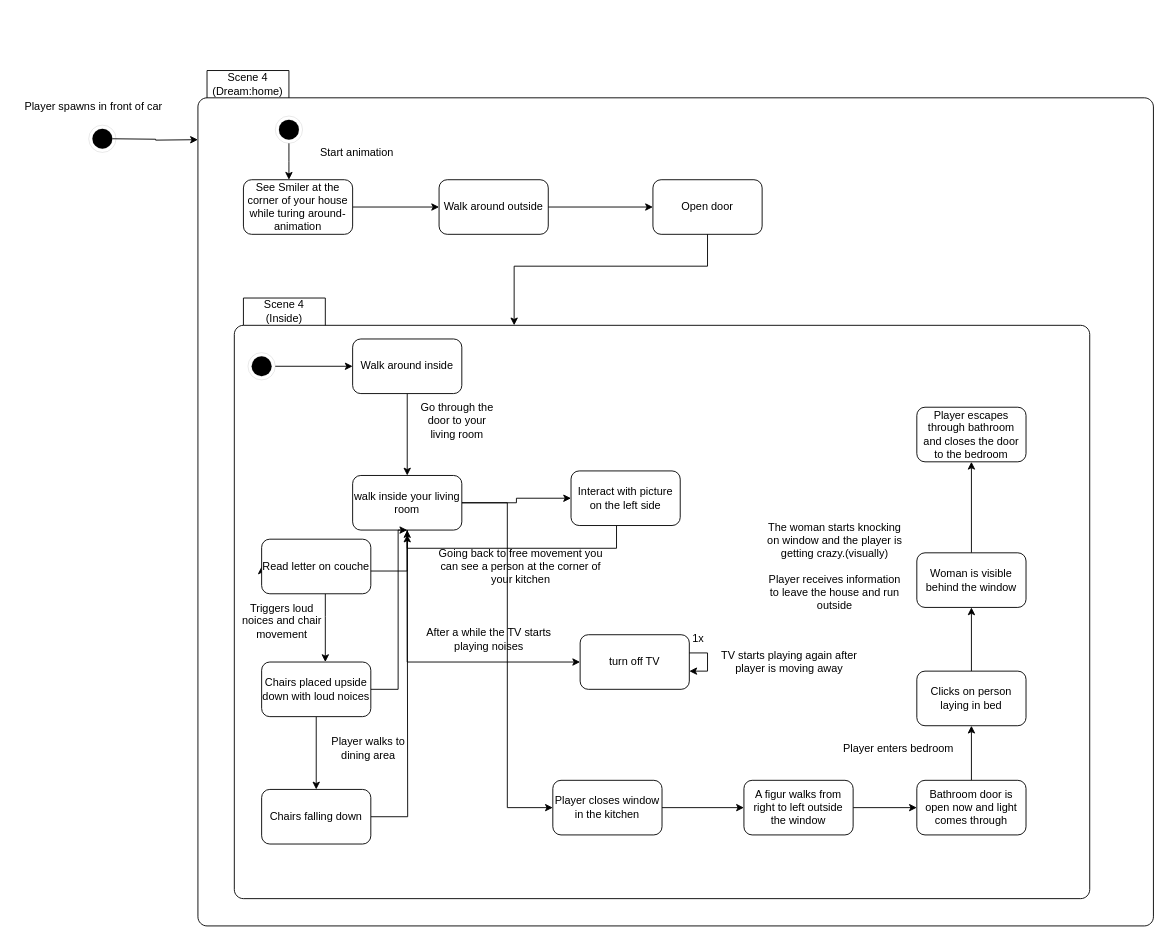
Above: Diagrams/StateMachineDiagrams/StateMachineScene4.drawio in FischkopDev/Game-development-AP-Uni-Heidelberg (draw.io), before the change. Source tidied: cells renumbered, new cells numbered last; positions are measured from the earlier drawing's top-left corner, leaving out a move shared by most shapes. Both pictures are drawn from the tidied source at 91%, with x=0, y=0 at pixel (15, 70).
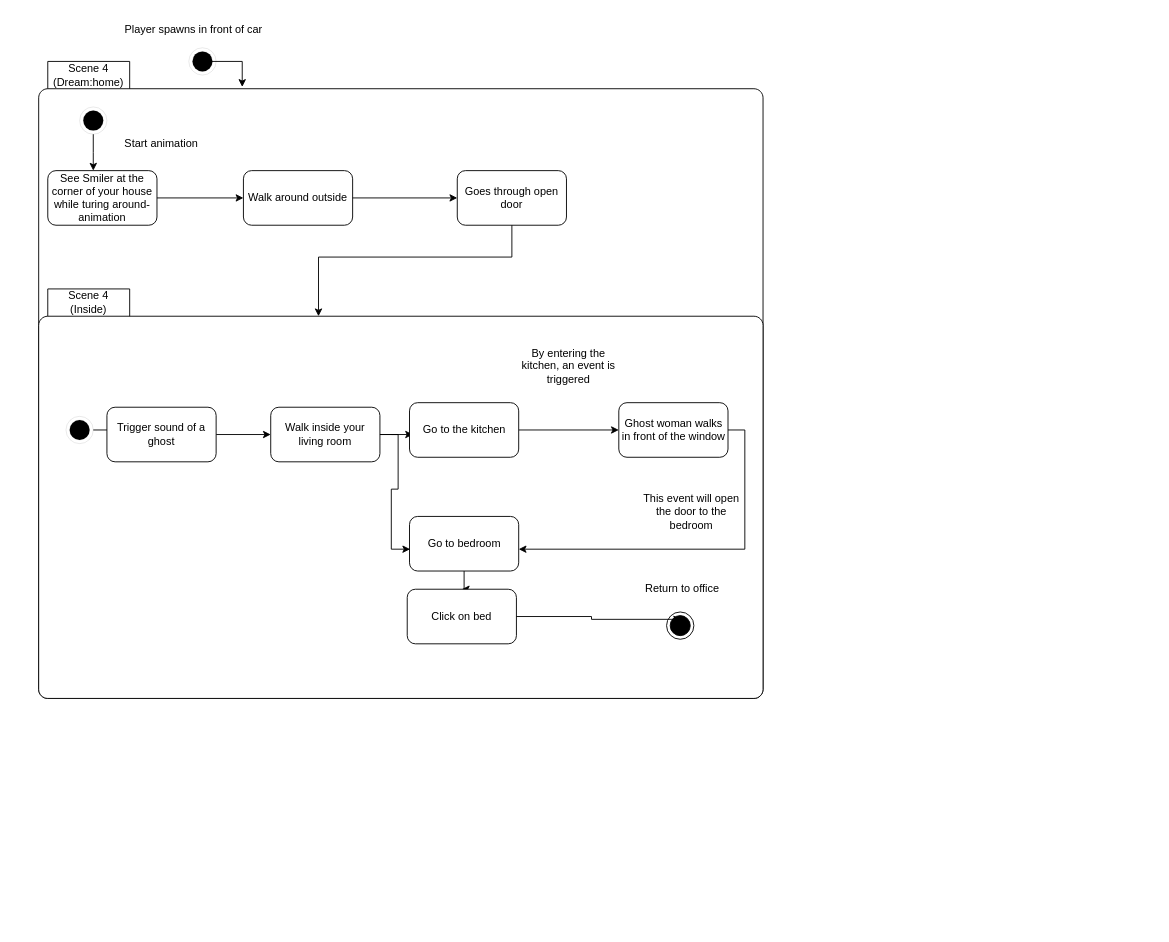
The same diagram, later.

Change to the diagram source:
```diff
@@
     <mxCell id="2" style="ellipse;html=1;shape=endState;fillColor=strokeColor;strokeWidth=0;" parent="1" vertex="1">
-      <mxGeometry x="80" y="60" width="30" height="30" as="geometry" />
+      <mxGeometry x="190" y="-25" width="30" height="30" as="geometry" />
     </mxCell>
     <mxCell id="3" value="Player spawns in front of car" style="text;html=1;align=center;verticalAlign=middle;strokeColor=none;fillColor=none;" parent="1" vertex="1">
-      <mxGeometry y="25" width="170" height="30" as="geometry" />
+      <mxGeometry x="110" y="-60" width="170" height="30" as="geometry" />
     </mxCell>
     <mxCell id="4" value="Scene 4&lt;br&gt;&lt;div&gt;(Dream:home)&lt;/div&gt;" style="shape=folder;align=center;verticalAlign=middle;fontStyle=0;tabWidth=100;tabHeight=30;tabPosition=left;html=1;boundedLbl=1;labelInHeader=1;rounded=1;absoluteArcSize=1;arcSize=10;whiteSpace=wrap;" parent="1" vertex="1">
-      <mxGeometry x="200" width="1050" height="940" as="geometry" />
+      <mxGeometry x="25" y="-10" width="796" height="700" as="geometry" />
     </mxCell>
-    <mxCell id="5" style="edgeStyle=orthogonalEdgeStyle;rounded=0;orthogonalLoop=1;jettySize=auto;html=1;" parent="1" edge="1">
+    <mxCell id="5" style="edgeStyle=orthogonalEdgeStyle;rounded=0;jettySize=auto;html=1;exitX=0.8;exitY=0.447;exitDx=0;exitDy=0;exitPerimeter=0;entryX=0.281;entryY=0.04;entryDx=0;entryDy=0;entryPerimeter=0;" parent="1" edge="1" source="2" target="4">
       <mxGeometry relative="1" as="geometry">
-        <mxPoint x="106" y="75" as="sourcePoint" />
-        <mxPoint x="200" y="76" as="targetPoint" />
+        <Array as="points">
+          <mxPoint x="214" y="-10" />
+          <mxPoint x="249" y="-10" />
+        </Array>
       </mxGeometry>
     </mxCell>
     <mxCell id="6" style="ellipse;html=1;shape=endState;fillColor=strokeColor;strokeWidth=0;" parent="1" vertex="1">
-      <mxGeometry x="285" y="50" width="30" height="30" as="geometry" />
+      <mxGeometry x="70" y="40" width="30" height="30" as="geometry" />
     </mxCell>
@@
     <mxCell id="8" value="See Smiler at the corner of your house while turing around-animation" style="rounded=1;whiteSpace=wrap;html=1;" parent="1" vertex="1">
-      <mxGeometry x="250" y="120" width="120" height="60" as="geometry" />
+      <mxGeometry x="35" y="110" width="120" height="60" as="geometry" />
     </mxCell>
     <mxCell id="9" style="edgeStyle=orthogonalEdgeStyle;rounded=0;jettySize=auto;html=1;exitX=0.5;exitY=1;exitDx=0;exitDy=0;" parent="1" edge="1" source="6">
       <mxGeometry relative="1" as="geometry">
-        <mxPoint x="300" y="120" as="targetPoint" />
+        <mxPoint x="85" y="110" as="targetPoint" />
       </mxGeometry>
     </mxCell>
     <mxCell id="10" value="Start animation" style="text;html=1;align=center;verticalAlign=middle;whiteSpace=wrap;rounded=0;" parent="1" vertex="1">
-      <mxGeometry x="300" y="70" width="150" height="40" as="geometry" />
+      <mxGeometry x="85" y="60" width="150" height="40" as="geometry" />
     </mxCell>
     <mxCell id="11" value="Walk around outside" style="rounded=1;whiteSpace=wrap;html=1;" parent="1" vertex="1">
-      <mxGeometry x="465" y="120" width="120" height="60" as="geometry" />
+      <mxGeometry x="250" y="110" width="120" height="60" as="geometry" />
     </mxCell>
     <mxCell id="12" style="endArrow=classic;html=1;rounded=0;exitX=1;exitY=0.5;exitDx=0;exitDy=0;entryX=0;entryY=0.5;entryDx=0;entryDy=0;" parent="1" edge="1" source="11">
       <mxGeometry relative="1" as="geometry">
-        <mxPoint x="700" y="150" as="targetPoint" />
+        <mxPoint x="485" y="140" as="targetPoint" />
       </mxGeometry>
     </mxCell>
-    <mxCell id="13" value="Open door" style="rounded=1;whiteSpace=wrap;html=1;" parent="1" vertex="1">
-      <mxGeometry x="700" y="120" width="120" height="60" as="geometry" />
+    <mxCell id="13" value="Goes through open door" style="rounded=1;whiteSpace=wrap;html=1;" parent="1" vertex="1">
+      <mxGeometry x="485" y="110" width="120" height="60" as="geometry" />
     </mxCell>
     <mxCell id="14" value="Scene 4&lt;br&gt;&lt;div&gt;(Inside)&lt;/div&gt;" style="shape=folder;align=center;verticalAlign=middle;fontStyle=0;tabWidth=100;tabHeight=30;tabPosition=left;html=1;boundedLbl=1;labelInHeader=1;rounded=1;absoluteArcSize=1;arcSize=10;whiteSpace=wrap;" parent="1" vertex="1">
-      <mxGeometry x="240" y="250" width="940" height="660" as="geometry" />
+      <mxGeometry x="25" y="240" width="796" height="450" as="geometry" />
     </mxCell>
@@
     <mxCell id="17" style="ellipse;html=1;shape=endState;fillColor=strokeColor;strokeWidth=0;" parent="1" vertex="1">
-      <mxGeometry x="255" y="310" width="30" height="30" as="geometry" />
+      <mxGeometry x="55" y="380" width="30" height="30" as="geometry" />
     </mxCell>
@@
-    <mxCell id="19" value="Walk around inside" style="rounded=1;whiteSpace=wrap;html=1;" parent="1" vertex="1">
-      <mxGeometry x="370" y="295" width="120" height="60" as="geometry" />
+    <mxCell id="19" value="Trigger sound of a ghost" style="rounded=1;whiteSpace=wrap;html=1;" parent="1" vertex="1">
+      <mxGeometry x="100" y="370" width="120" height="60" as="geometry" />
     </mxCell>
-    <mxCell id="20" style="edgeStyle=orthogonalEdgeStyle;rounded=0;jettySize=auto;html=1;" parent="1" edge="1" source="24" target="27">
+    <mxCell id="20" style="edgeStyle=orthogonalEdgeStyle;rounded=0;jettySize=auto;html=1;entryX=0.032;entryY=0.583;entryDx=0;entryDy=0;entryPerimeter=0;" parent="1" edge="1" source="24" target="57">
       <mxGeometry relative="1" as="geometry" />
     </mxCell>
-    <mxCell id="21" style="edgeStyle=orthogonalEdgeStyle;rounded=0;jettySize=auto;html=1;entryX=0;entryY=0.5;entryDx=0;entryDy=0;" parent="1" edge="1" source="24" target="29">
-      <mxGeometry relative="1" as="geometry">
-        <Array as="points">
-          <mxPoint x="430" y="650" />
-        </Array>
-      </mxGeometry>
-    </mxCell>
-    <mxCell id="22" style="edgeStyle=orthogonalEdgeStyle;rounded=0;jettySize=auto;html=1;entryX=0;entryY=0.5;entryDx=0;entryDy=0;" parent="1" edge="1" source="24" target="35">
-      <mxGeometry relative="1" as="geometry">
-        <Array as="points">
-          <mxPoint x="430" y="550" />
-          <mxPoint x="270" y="550" />
-        </Array>
-      </mxGeometry>
-    </mxCell>
-    <mxCell id="23" style="edgeStyle=orthogonalEdgeStyle;rounded=0;jettySize=auto;html=1;entryX=0;entryY=0.5;entryDx=0;entryDy=0;" parent="1" edge="1" source="24" target="44">
-      <mxGeometry relative="1" as="geometry" />
-    </mxCell>
-    <mxCell id="24" value="walk inside your living room" style="rounded=1;whiteSpace=wrap;html=1;" parent="1" vertex="1">
-      <mxGeometry x="370" y="445" width="120" height="60" as="geometry" />
+    <mxCell id="24" value="Walk inside your living room" style="rounded=1;whiteSpace=wrap;html=1;" parent="1" vertex="1">
+      <mxGeometry x="280" y="370" width="120" height="60" as="geometry" />
     </mxCell>
-    <mxCell id="25" value="Go through the door to your living room" style="text;html=1;align=center;verticalAlign=middle;whiteSpace=wrap;rounded=0;" parent="1" vertex="1">
-      <mxGeometry x="440" y="370" width="90" height="30" as="geometry" />
+    <mxCell id="25" value="By entering the kitchen, an event is triggered" style="text;html=1;align=center;verticalAlign=middle;whiteSpace=wrap;rounded=0;" parent="1" vertex="1">
+      <mxGeometry x="550" y="310" width="115" height="30" as="geometry" />
     </mxCell>
-    <mxCell id="26" style="edgeStyle=orthogonalEdgeStyle;rounded=0;jettySize=auto;html=1;entryX=0.5;entryY=1;entryDx=0;entryDy=0;" parent="1" edge="1" source="27" target="24">
-      <mxGeometry relative="1" as="geometry">
-        <Array as="points">
-          <mxPoint x="660" y="525" />
-          <mxPoint x="430" y="525" />
-        </Array>
-      </mxGeometry>
-    </mxCell>
-    <mxCell id="27" value="Interact with picture on the left side" style="rounded=1;whiteSpace=wrap;html=1;" parent="1" vertex="1">
-      <mxGeometry x="610" y="440" width="120" height="60" as="geometry" />
-    </mxCell>
-    <mxCell id="28" value="Going back to free movement you can see a person at the corner of your kitchen" style="text;html=1;align=center;verticalAlign=middle;whiteSpace=wrap;rounded=0;" parent="1" vertex="1">
-      <mxGeometry x="460" y="530" width="190" height="30" as="geometry" />
-    </mxCell>
-    <mxCell id="29" value="turn off TV" style="rounded=1;whiteSpace=wrap;html=1;" parent="1" vertex="1">
-      <mxGeometry x="620" y="620" width="120" height="60" as="geometry" />
-    </mxCell>
-    <mxCell id="30" value="After a while the TV starts playing noises" style="text;html=1;align=center;verticalAlign=middle;whiteSpace=wrap;rounded=0;" parent="1" vertex="1">
-      <mxGeometry x="440" y="610" width="160" height="30" as="geometry" />
-    </mxCell>
-    <mxCell id="31" value="TV starts playing again after player is moving away" style="text;html=1;align=center;verticalAlign=middle;whiteSpace=wrap;rounded=0;" parent="1" vertex="1">
-      <mxGeometry x="770" y="635" width="160" height="30" as="geometry" />
-    </mxCell>
-    <mxCell id="32" style="edgeStyle=orthogonalEdgeStyle;rounded=0;orthogonalLoop=1;jettySize=auto;html=1;" parent="1" edge="1" source="29" target="29">
-      <mxGeometry relative="1" as="geometry" />
-    </mxCell>
-    <mxCell id="33" value="1x" style="text;html=1;align=center;verticalAlign=middle;whiteSpace=wrap;rounded=0;" parent="1" vertex="1">
-      <mxGeometry x="730" y="610" width="40" height="30" as="geometry" />
-    </mxCell>
-    <mxCell id="34" style="edgeStyle=orthogonalEdgeStyle;rounded=0;jettySize=auto;html=1;" parent="1" edge="1" source="35" target="38">
-      <mxGeometry relative="1" as="geometry">
-        <Array as="points">
-          <mxPoint x="340" y="600" />
-          <mxPoint x="340" y="600" />
-        </Array>
-      </mxGeometry>
-    </mxCell>
-    <mxCell id="35" value="Read letter on couche" style="rounded=1;whiteSpace=wrap;html=1;" parent="1" vertex="1">
-      <mxGeometry x="270" y="515" width="120" height="60" as="geometry" />
-    </mxCell>
-    <mxCell id="36" style="edgeStyle=orthogonalEdgeStyle;rounded=0;jettySize=auto;html=1;entryX=0.5;entryY=1;entryDx=0;entryDy=0;" parent="1" edge="1" source="38" target="24">
-      <mxGeometry relative="1" as="geometry">
-        <Array as="points">
-          <mxPoint x="420" y="680" />
-          <mxPoint x="420" y="505" />
-        </Array>
-      </mxGeometry>
-    </mxCell>
-    <mxCell id="37" style="edgeStyle=orthogonalEdgeStyle;rounded=0;jettySize=auto;html=1;" parent="1" edge="1" source="38" target="41">
-      <mxGeometry relative="1" as="geometry" />
-    </mxCell>
-    <mxCell id="38" value="Chairs placed upside down with loud noices" style="rounded=1;whiteSpace=wrap;html=1;" parent="1" vertex="1">
-      <mxGeometry x="270" y="650" width="120" height="60" as="geometry" />
-    </mxCell>
-    <mxCell id="39" value="Triggers loud noices and chair movement" style="text;html=1;align=center;verticalAlign=middle;whiteSpace=wrap;rounded=0;" parent="1" vertex="1">
-      <mxGeometry x="240" y="590" width="105" height="30" as="geometry" />
-    </mxCell>
-    <mxCell id="40" style="edgeStyle=orthogonalEdgeStyle;rounded=0;jettySize=auto;html=1;" parent="1" edge="1" source="41">
-      <mxGeometry relative="1" as="geometry">
-        <mxPoint x="430" y="510" as="targetPoint" />
-      </mxGeometry>
-    </mxCell>
-    <mxCell id="41" value="Chairs falling down" style="rounded=1;whiteSpace=wrap;html=1;" parent="1" vertex="1">
-      <mxGeometry x="270" y="790" width="120" height="60" as="geometry" />
-    </mxCell>
-    <mxCell id="42" value="Player walks to dining area" style="text;html=1;align=center;verticalAlign=middle;whiteSpace=wrap;rounded=0;" parent="1" vertex="1">
-      <mxGeometry x="335" y="730" width="105" height="30" as="geometry" />
-    </mxCell>
-    <mxCell id="43" style="edgeStyle=orthogonalEdgeStyle;rounded=0;jettySize=auto;html=1;" parent="1" edge="1" source="44" target="46">
-      <mxGeometry relative="1" as="geometry" />
-    </mxCell>
-    <mxCell id="44" value="Player closes window in the kitchen" style="rounded=1;whiteSpace=wrap;html=1;" parent="1" vertex="1">
-      <mxGeometry x="590" y="780" width="120" height="60" as="geometry" />
-    </mxCell>
-    <mxCell id="45" style="edgeStyle=orthogonalEdgeStyle;rounded=0;jettySize=auto;html=1;entryX=0;entryY=0.5;entryDx=0;entryDy=0;" parent="1" edge="1" source="46" target="48">
-      <mxGeometry relative="1" as="geometry" />
-    </mxCell>
-    <mxCell id="46" value="A figur walks from right to left outside the window" style="rounded=1;whiteSpace=wrap;html=1;" parent="1" vertex="1">
-      <mxGeometry x="800" y="780" width="120" height="60" as="geometry" />
-    </mxCell>
-    <mxCell id="47" style="edgeStyle=orthogonalEdgeStyle;rounded=0;jettySize=auto;html=1;" parent="1" edge="1" source="48" target="50">
-      <mxGeometry relative="1" as="geometry" />
+    <mxCell id="47" style="edgeStyle=orthogonalEdgeStyle;rounded=0;orthogonalLoop=1;jettySize=auto;html=1;" parent="1" edge="1">
+      <mxGeometry relative="1" as="geometry">
+        <mxPoint x="1050" y="720" as="targetPoint" />
+      </mxGeometry>
     </mxCell>
-    <mxCell id="48" value="Bathroom door is open now and light comes through" style="rounded=1;whiteSpace=wrap;html=1;" parent="1" vertex="1">
-      <mxGeometry x="990" y="780" width="120" height="60" as="geometry" />
-    </mxCell>
-    <mxCell id="49" style="edgeStyle=orthogonalEdgeStyle;rounded=0;jettySize=auto;html=1;" parent="1" edge="1" source="50" target="53">
-      <mxGeometry relative="1" as="geometry" />
-    </mxCell>
-    <mxCell id="50" value="Clicks on person laying in bed" style="rounded=1;whiteSpace=wrap;html=1;" parent="1" vertex="1">
-      <mxGeometry x="990" y="660" width="120" height="60" as="geometry" />
-    </mxCell>
-    <mxCell id="51" value="Player enters bedroom" style="text;html=1;align=center;verticalAlign=middle;whiteSpace=wrap;rounded=0;" parent="1" vertex="1">
-      <mxGeometry x="890" y="730" width="160" height="30" as="geometry" />
-    </mxCell>
-    <mxCell id="52" style="edgeStyle=orthogonalEdgeStyle;rounded=0;jettySize=auto;html=1;entryX=0.5;entryY=1;entryDx=0;entryDy=0;" parent="1" edge="1" source="53" target="55">
-      <mxGeometry relative="1" as="geometry" />
-    </mxCell>
-    <mxCell id="53" value="Woman is visible behind the window" style="rounded=1;whiteSpace=wrap;html=1;" parent="1" vertex="1">
-      <mxGeometry x="990" y="530" width="120" height="60" as="geometry" />
-    </mxCell>
-    <mxCell id="54" value="&lt;div&gt;The woman starts knocking on window and the player is getting crazy.(visually)&lt;/div&gt;&lt;div&gt;&lt;br&gt;&lt;/div&gt;&lt;div&gt;Player receives information to leave the house and run outside&lt;br&gt;&lt;/div&gt;" style="text;html=1;align=center;verticalAlign=middle;whiteSpace=wrap;rounded=0;" parent="1" vertex="1">
-      <mxGeometry x="820" y="530" width="160" height="30" as="geometry" />
-    </mxCell>
-    <mxCell id="55" value="Player escapes through bathroom and closes the door to the bedroom" style="rounded=1;whiteSpace=wrap;html=1;" parent="1" vertex="1">
-      <mxGeometry x="990" y="370" width="120" height="60" as="geometry" />
-    </mxCell>
+    <mxCell id="56" style="edgeStyle=orthogonalEdgeStyle;rounded=0;jettySize=auto;html=1;" parent="1" edge="1" source="57" target="58">
+      <mxGeometry relative="1" as="geometry" />
+    </mxCell>
+    <mxCell id="57" value="Go to the kitchen" style="rounded=1;whiteSpace=wrap;html=1;" parent="1" vertex="1">
+      <mxGeometry x="432.5" y="365" width="120" height="60" as="geometry" />
+    </mxCell>
+    <mxCell id="58" value="Ghost woman walks in front of the window" style="rounded=1;whiteSpace=wrap;html=1;" parent="1" vertex="1">
+      <mxGeometry x="662.5" y="365" width="120" height="60" as="geometry" />
+    </mxCell>
+    <mxCell id="59" style="edgeStyle=orthogonalEdgeStyle;rounded=0;jettySize=auto;html=1;" parent="1" edge="1" source="60" target="64">
+      <mxGeometry relative="1" as="geometry" />
+    </mxCell>
+    <mxCell id="60" value="Go to bedroom" style="rounded=1;whiteSpace=wrap;html=1;" parent="1" vertex="1">
+      <mxGeometry x="432.5" y="490" width="120" height="60" as="geometry" />
+    </mxCell>
+    <mxCell id="61" style="edgeStyle=orthogonalEdgeStyle;rounded=0;jettySize=auto;html=1;entryX=1;entryY=0.6;entryDx=0;entryDy=0;entryPerimeter=0;" parent="1" edge="1" source="58" target="60">
+      <mxGeometry relative="1" as="geometry">
+        <Array as="points">
+          <mxPoint x="801" y="395" />
+          <mxPoint x="801" y="526" />
+        </Array>
+      </mxGeometry>
+    </mxCell>
+    <mxCell id="62" value="This event will open the door to the bedroom" style="text;html=1;align=center;verticalAlign=middle;whiteSpace=wrap;rounded=0;" parent="1" vertex="1">
+      <mxGeometry x="685" y="470" width="115" height="30" as="geometry" />
+    </mxCell>
+    <mxCell id="63" style="edgeStyle=orthogonalEdgeStyle;rounded=0;jettySize=auto;html=1;entryX=0.006;entryY=0.6;entryDx=0;entryDy=0;entryPerimeter=0;" parent="1" edge="1" source="24" target="60">
+      <mxGeometry relative="1" as="geometry" />
+    </mxCell>
+    <mxCell id="64" value="Click on bed" style="rounded=1;whiteSpace=wrap;html=1;" parent="1" vertex="1">
+      <mxGeometry x="430" y="570" width="120" height="60" as="geometry" />
+    </mxCell>
+    <mxCell id="65" style="ellipse;html=1;shape=endState;fillColor=strokeColor;strokeWidth=1;perimeterSpacing=4;" parent="1" vertex="1">
+      <mxGeometry x="715" y="595" width="30" height="30" as="geometry" />
+    </mxCell>
+    <mxCell id="66" style="edgeStyle=orthogonalEdgeStyle;rounded=0;jettySize=auto;html=1;entryX=0.525;entryY=0.318;entryDx=0;entryDy=0;entryPerimeter=0;" parent="1" edge="1" source="64" target="65">
+      <mxGeometry relative="1" as="geometry" />
+    </mxCell>
+    <mxCell id="67" value="Return to office" style="text;html=1;align=center;verticalAlign=middle;whiteSpace=wrap;rounded=0;" parent="1" vertex="1">
+      <mxGeometry x="675" y="555" width="115" height="30" as="geometry" />
+    </mxCell>
```
